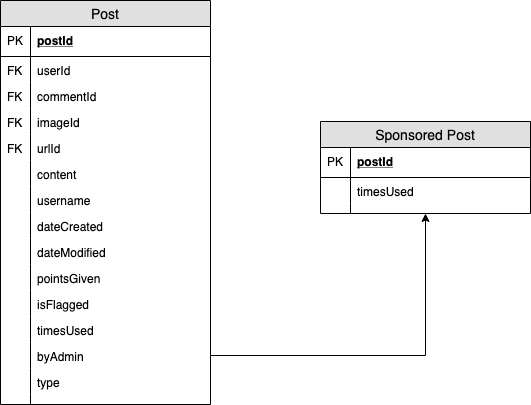
The draw.io diagram post.png in TamasPalfi/High-Level-Requirements, before a commit. Source tidied: cells renumbered, new cells last; positions are measured from the earlier drawing's top-left corner, leaving out a move shared by most shapes.
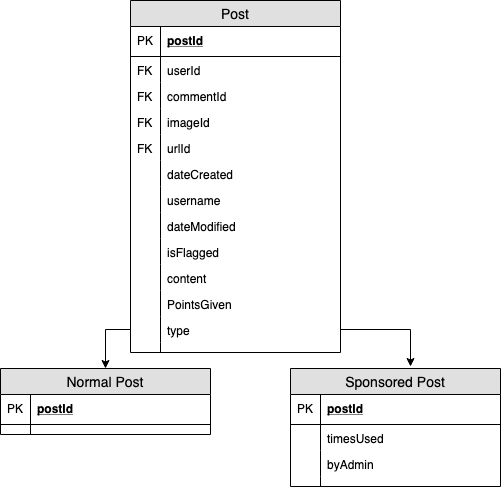
The same diagram one commit later.

The edit, as a diff of the source:
```diff
@@ -3,121 +3,135 @@
     <mxCell id="0" />
     <mxCell id="1" parent="0" />
     <mxCell id="2" value="Post" style="swimlane;fontStyle=0;horizontal=1;startSize=26;fillColor=#e0e0e0;swimlaneFillColor=#ffffff;align=center;fontSize=14;" parent="1" vertex="1">
-      <mxGeometry width="210" height="404" as="geometry" />
+      <mxGeometry x="120" width="210" height="352" as="geometry" />
     </mxCell>
-    <mxCell id="3" value="postId" style="shape=partialRectangle;top=0;left=0;right=0;bottom=1;align=left;verticalAlign=middle;fillColor=none;spacingLeft=34;spacingRight=4;overflow=hidden;fontStyle=5;fontSize=12;" parent="2" vertex="1">
-      <mxGeometry y="26" width="210" height="30" as="geometry" />
-    </mxCell>
-    <mxCell id="4" value="PK" style="shape=partialRectangle;top=0;left=0;bottom=0;fillColor=none;align=left;verticalAlign=middle;spacingLeft=4;spacingRight=4;overflow=hidden;fontSize=12;" parent="3" vertex="1">
-      <mxGeometry width="30" height="30" as="geometry" />
-    </mxCell>
+    <mxCell id="41" value="postId" style="shape=partialRectangle;top=0;left=0;right=0;bottom=1;align=left;verticalAlign=middle;fillColor=none;spacingLeft=34;spacingRight=4;overflow=hidden;fontStyle=5;fontSize=12;" parent="2" vertex="1">
+      <mxGeometry y="26" width="210" height="30" as="geometry" />
+    </mxCell>
+    <mxCell id="42" value="PK" style="shape=partialRectangle;top=0;left=0;bottom=0;fillColor=none;align=left;verticalAlign=middle;spacingLeft=4;spacingRight=4;overflow=hidden;fontSize=12;" parent="41" vertex="1">
+      <mxGeometry width="30" height="30" as="geometry" />
+    </mxCell>
     <mxCell id="5" value="userId" style="shape=partialRectangle;top=0;left=0;right=0;bottom=0;align=left;verticalAlign=top;fillColor=none;spacingLeft=34;spacingRight=4;overflow=hidden;fontSize=12;" parent="2" vertex="1">
       <mxGeometry y="56" width="210" height="26" as="geometry" />
     </mxCell>
-    <mxCell id="6" value="FK" style="shape=partialRectangle;top=0;left=0;bottom=0;fillColor=none;align=left;verticalAlign=top;spacingLeft=4;spacingRight=4;overflow=hidden;fontSize=12;" parent="5" vertex="1">
-      <mxGeometry width="30" height="26" as="geometry" />
-    </mxCell>
+    <mxCell id="43" value="FK" style="shape=partialRectangle;top=0;left=0;bottom=0;fillColor=none;align=left;verticalAlign=top;spacingLeft=4;spacingRight=4;overflow=hidden;fontSize=12;" parent="5" vertex="1">
+      <mxGeometry width="30" height="26" as="geometry" />
+    </mxCell>
     <mxCell id="7" value="commentId" style="shape=partialRectangle;top=0;left=0;right=0;bottom=0;align=left;verticalAlign=top;fillColor=none;spacingLeft=34;spacingRight=4;overflow=hidden;fontSize=12;" parent="2" vertex="1">
       <mxGeometry y="82" width="210" height="26" as="geometry" />
     </mxCell>
-    <mxCell id="8" value="FK" style="shape=partialRectangle;top=0;left=0;bottom=0;fillColor=none;align=left;verticalAlign=top;spacingLeft=4;spacingRight=4;overflow=hidden;fontSize=12;" parent="7" vertex="1">
-      <mxGeometry width="30" height="26" as="geometry" />
-    </mxCell>
+    <mxCell id="44" value="FK" style="shape=partialRectangle;top=0;left=0;bottom=0;fillColor=none;align=left;verticalAlign=top;spacingLeft=4;spacingRight=4;overflow=hidden;fontSize=12;" parent="7" vertex="1">
+      <mxGeometry width="30" height="26" as="geometry" />
+    </mxCell>
     <mxCell id="9" value="imageId" style="shape=partialRectangle;top=0;left=0;right=0;bottom=0;align=left;verticalAlign=top;fillColor=none;spacingLeft=34;spacingRight=4;overflow=hidden;fontSize=12;" parent="2" vertex="1">
       <mxGeometry y="108" width="210" height="26" as="geometry" />
     </mxCell>
-    <mxCell id="10" value="FK" style="shape=partialRectangle;top=0;left=0;bottom=0;fillColor=none;align=left;verticalAlign=top;spacingLeft=4;spacingRight=4;overflow=hidden;fontSize=12;" parent="9" vertex="1">
-      <mxGeometry width="30" height="26" as="geometry" />
-    </mxCell>
+    <mxCell id="45" value="FK" style="shape=partialRectangle;top=0;left=0;bottom=0;fillColor=none;align=left;verticalAlign=top;spacingLeft=4;spacingRight=4;overflow=hidden;fontSize=12;" parent="9" vertex="1">
+      <mxGeometry width="30" height="26" as="geometry" />
+    </mxCell>
     <mxCell id="11" value="urlId" style="shape=partialRectangle;top=0;left=0;right=0;bottom=0;align=left;verticalAlign=top;fillColor=none;spacingLeft=34;spacingRight=4;overflow=hidden;fontSize=12;" parent="2" vertex="1">
       <mxGeometry y="134" width="210" height="26" as="geometry" />
     </mxCell>
-    <mxCell id="12" value="FK" style="shape=partialRectangle;top=0;left=0;bottom=0;fillColor=none;align=left;verticalAlign=top;spacingLeft=4;spacingRight=4;overflow=hidden;fontSize=12;" parent="11" vertex="1">
-      <mxGeometry width="30" height="26" as="geometry" />
-    </mxCell>
+    <mxCell id="46" value="FK" style="shape=partialRectangle;top=0;left=0;bottom=0;fillColor=none;align=left;verticalAlign=top;spacingLeft=4;spacingRight=4;overflow=hidden;fontSize=12;" parent="11" vertex="1">
+      <mxGeometry width="30" height="26" as="geometry" />
+    </mxCell>
+    <mxCell id="17" value="dateCreated" style="shape=partialRectangle;top=0;left=0;right=0;bottom=0;align=left;verticalAlign=top;fillColor=none;spacingLeft=34;spacingRight=4;overflow=hidden;fontSize=12;" parent="2" vertex="1">
+      <mxGeometry y="160" width="210" height="26" as="geometry" />
+    </mxCell>
+    <mxCell id="47" style="shape=partialRectangle;top=0;left=0;bottom=0;fillColor=none;align=left;verticalAlign=top;spacingLeft=4;spacingRight=4;overflow=hidden;fontSize=12;" parent="17" vertex="1">
+      <mxGeometry width="30" height="26" as="geometry" />
+    </mxCell>
+    <mxCell id="15" value="username" style="shape=partialRectangle;top=0;left=0;right=0;bottom=0;align=left;verticalAlign=top;fillColor=none;spacingLeft=34;spacingRight=4;overflow=hidden;fontSize=12;" parent="2" vertex="1">
+      <mxGeometry y="186" width="210" height="26" as="geometry" />
+    </mxCell>
+    <mxCell id="48" style="shape=partialRectangle;top=0;left=0;bottom=0;fillColor=none;align=left;verticalAlign=top;spacingLeft=4;spacingRight=4;overflow=hidden;fontSize=12;" parent="15" vertex="1">
+      <mxGeometry width="30" height="26" as="geometry" />
+    </mxCell>
+    <mxCell id="19" value="dateModified" style="shape=partialRectangle;top=0;left=0;right=0;bottom=0;align=left;verticalAlign=top;fillColor=none;spacingLeft=34;spacingRight=4;overflow=hidden;fontSize=12;" parent="2" vertex="1">
+      <mxGeometry y="212" width="210" height="26" as="geometry" />
+    </mxCell>
+    <mxCell id="49" style="shape=partialRectangle;top=0;left=0;bottom=0;fillColor=none;align=left;verticalAlign=top;spacingLeft=4;spacingRight=4;overflow=hidden;fontSize=12;" parent="19" vertex="1">
+      <mxGeometry width="30" height="26" as="geometry" />
+    </mxCell>
+    <mxCell id="23" value="isFlagged" style="shape=partialRectangle;top=0;left=0;right=0;bottom=0;align=left;verticalAlign=top;fillColor=none;spacingLeft=34;spacingRight=4;overflow=hidden;fontSize=12;" parent="2" vertex="1">
+      <mxGeometry y="238" width="210" height="26" as="geometry" />
+    </mxCell>
+    <mxCell id="50" style="shape=partialRectangle;top=0;left=0;bottom=0;fillColor=none;align=left;verticalAlign=top;spacingLeft=4;spacingRight=4;overflow=hidden;fontSize=12;" parent="23" vertex="1">
+      <mxGeometry width="30" height="26" as="geometry" />
+    </mxCell>
     <mxCell id="13" value="content" style="shape=partialRectangle;top=0;left=0;right=0;bottom=0;align=left;verticalAlign=top;fillColor=none;spacingLeft=34;spacingRight=4;overflow=hidden;fontSize=12;" parent="2" vertex="1">
-      <mxGeometry y="160" width="210" height="26" as="geometry" />
+      <mxGeometry y="264" width="210" height="26" as="geometry" />
     </mxCell>
-    <mxCell id="14" style="shape=partialRectangle;top=0;left=0;bottom=0;fillColor=none;align=left;verticalAlign=top;spacingLeft=4;spacingRight=4;overflow=hidden;fontSize=12;" parent="13" vertex="1">
-      <mxGeometry width="30" height="26" as="geometry" />
-    </mxCell>
-    <mxCell id="15" value="username" style="shape=partialRectangle;top=0;left=0;right=0;bottom=0;align=left;verticalAlign=top;fillColor=none;spacingLeft=34;spacingRight=4;overflow=hidden;fontSize=12;" parent="2" vertex="1">
-      <mxGeometry y="186" width="210" height="26" as="geometry" />
-    </mxCell>
-    <mxCell id="16" style="shape=partialRectangle;top=0;left=0;bottom=0;fillColor=none;align=left;verticalAlign=top;spacingLeft=4;spacingRight=4;overflow=hidden;fontSize=12;" parent="15" vertex="1">
-      <mxGeometry width="30" height="26" as="geometry" />
-    </mxCell>
-    <mxCell id="17" value="dateCreated" style="shape=partialRectangle;top=0;left=0;right=0;bottom=0;align=left;verticalAlign=top;fillColor=none;spacingLeft=34;spacingRight=4;overflow=hidden;fontSize=12;" parent="2" vertex="1">
-      <mxGeometry y="212" width="210" height="26" as="geometry" />
-    </mxCell>
-    <mxCell id="18" style="shape=partialRectangle;top=0;left=0;bottom=0;fillColor=none;align=left;verticalAlign=top;spacingLeft=4;spacingRight=4;overflow=hidden;fontSize=12;" parent="17" vertex="1">
-      <mxGeometry width="30" height="26" as="geometry" />
-    </mxCell>
-    <mxCell id="19" value="dateModified" style="shape=partialRectangle;top=0;left=0;right=0;bottom=0;align=left;verticalAlign=top;fillColor=none;spacingLeft=34;spacingRight=4;overflow=hidden;fontSize=12;" parent="2" vertex="1">
-      <mxGeometry y="238" width="210" height="26" as="geometry" />
-    </mxCell>
-    <mxCell id="20" style="shape=partialRectangle;top=0;left=0;bottom=0;fillColor=none;align=left;verticalAlign=top;spacingLeft=4;spacingRight=4;overflow=hidden;fontSize=12;" parent="19" vertex="1">
-      <mxGeometry width="30" height="26" as="geometry" />
-    </mxCell>
-    <mxCell id="21" value="pointsGiven" style="shape=partialRectangle;top=0;left=0;right=0;bottom=0;align=left;verticalAlign=top;fillColor=none;spacingLeft=34;spacingRight=4;overflow=hidden;fontSize=12;" parent="2" vertex="1">
-      <mxGeometry y="264" width="210" height="26" as="geometry" />
-    </mxCell>
-    <mxCell id="22" style="shape=partialRectangle;top=0;left=0;bottom=0;fillColor=none;align=left;verticalAlign=top;spacingLeft=4;spacingRight=4;overflow=hidden;fontSize=12;" parent="21" vertex="1">
-      <mxGeometry width="30" height="26" as="geometry" />
-    </mxCell>
-    <mxCell id="23" value="isFlagged" style="shape=partialRectangle;top=0;left=0;right=0;bottom=0;align=left;verticalAlign=top;fillColor=none;spacingLeft=34;spacingRight=4;overflow=hidden;fontSize=12;" parent="2" vertex="1">
-      <mxGeometry y="290" width="210" height="26" as="geometry" />
-    </mxCell>
-    <mxCell id="24" style="shape=partialRectangle;top=0;left=0;bottom=0;fillColor=none;align=left;verticalAlign=top;spacingLeft=4;spacingRight=4;overflow=hidden;fontSize=12;" parent="23" vertex="1">
-      <mxGeometry width="30" height="26" as="geometry" />
-    </mxCell>
-    <mxCell id="25" value="timesUsed" style="shape=partialRectangle;top=0;left=0;right=0;bottom=0;align=left;verticalAlign=top;fillColor=none;spacingLeft=34;spacingRight=4;overflow=hidden;fontSize=12;" parent="2" vertex="1">
-      <mxGeometry y="316" width="210" height="26" as="geometry" />
-    </mxCell>
-    <mxCell id="26" style="shape=partialRectangle;top=0;left=0;bottom=0;fillColor=none;align=left;verticalAlign=top;spacingLeft=4;spacingRight=4;overflow=hidden;fontSize=12;" parent="25" vertex="1">
-      <mxGeometry width="30" height="26" as="geometry" />
-    </mxCell>
+    <mxCell id="51" style="shape=partialRectangle;top=0;left=0;bottom=0;fillColor=none;align=left;verticalAlign=top;spacingLeft=4;spacingRight=4;overflow=hidden;fontSize=12;" parent="13" vertex="1">
+      <mxGeometry width="30" height="26" as="geometry" />
+    </mxCell>
+    <mxCell id="52" value="PointsGiven" style="shape=partialRectangle;top=0;left=0;right=0;bottom=0;align=left;verticalAlign=top;fillColor=none;spacingLeft=34;spacingRight=4;overflow=hidden;fontSize=12;" parent="2" vertex="1">
+      <mxGeometry y="290" width="210" height="26" as="geometry" />
+    </mxCell>
+    <mxCell id="53" style="shape=partialRectangle;top=0;left=0;bottom=0;fillColor=none;align=left;verticalAlign=top;spacingLeft=4;spacingRight=4;overflow=hidden;fontSize=12;" parent="52" vertex="1">
+      <mxGeometry width="30" height="26" as="geometry" />
+    </mxCell>
+    <mxCell id="29" value="type" style="shape=partialRectangle;top=0;left=0;right=0;bottom=0;align=left;verticalAlign=top;fillColor=none;spacingLeft=34;spacingRight=4;overflow=hidden;points=[[0,0.5],[1,0.5]];portConstraint=eastwest;fontSize=12;" parent="2" vertex="1">
+      <mxGeometry y="316" width="210" height="26" as="geometry" />
+    </mxCell>
+    <mxCell id="54" style="shape=partialRectangle;top=0;left=0;bottom=0;fillColor=none;align=left;verticalAlign=top;spacingLeft=4;spacingRight=4;overflow=hidden;fontSize=12;" parent="29" vertex="1">
+      <mxGeometry width="30" height="26" as="geometry" />
+    </mxCell>
+    <mxCell id="55" style="shape=partialRectangle;top=0;left=0;right=0;bottom=0;align=left;verticalAlign=top;fillColor=none;spacingLeft=34;spacingRight=4;overflow=hidden;fontSize=12;" parent="2" vertex="1">
+      <mxGeometry y="342" width="210" height="10" as="geometry" />
+    </mxCell>
+    <mxCell id="56" style="shape=partialRectangle;top=0;left=0;bottom=0;fillColor=none;align=left;verticalAlign=top;spacingLeft=4;spacingRight=4;overflow=hidden;fontSize=12;" parent="55" vertex="1">
+      <mxGeometry width="30" height="10" as="geometry" />
+    </mxCell>
+    <mxCell id="33" value="Sponsored Post" style="swimlane;fontStyle=0;horizontal=1;startSize=26;fillColor=#e0e0e0;swimlaneFillColor=#ffffff;align=center;fontSize=14;" parent="1" vertex="1">
+      <mxGeometry x="280" y="368" width="210" height="118" as="geometry" />
+    </mxCell>
+    <mxCell id="57" value="postId" style="shape=partialRectangle;top=0;left=0;right=0;bottom=1;align=left;verticalAlign=middle;fillColor=none;spacingLeft=34;spacingRight=4;overflow=hidden;fontStyle=5;fontSize=12;" parent="33" vertex="1">
+      <mxGeometry y="26" width="210" height="30" as="geometry" />
+    </mxCell>
+    <mxCell id="58" value="PK" style="shape=partialRectangle;top=0;left=0;bottom=0;fillColor=none;align=left;verticalAlign=middle;spacingLeft=4;spacingRight=4;overflow=hidden;fontSize=12;" parent="57" vertex="1">
+      <mxGeometry width="30" height="30" as="geometry" />
+    </mxCell>
+    <mxCell id="36" value="timesUsed" style="shape=partialRectangle;top=0;left=0;right=0;bottom=0;align=left;verticalAlign=top;fillColor=none;spacingLeft=34;spacingRight=4;overflow=hidden;fontSize=12;" parent="33" vertex="1">
+      <mxGeometry y="56" width="210" height="26" as="geometry" />
+    </mxCell>
+    <mxCell id="59" style="shape=partialRectangle;top=0;left=0;bottom=0;fillColor=none;align=left;verticalAlign=top;spacingLeft=4;spacingRight=4;overflow=hidden;fontSize=12;" parent="36" vertex="1">
+      <mxGeometry width="30" height="26" as="geometry" />
+    </mxCell>
-    <mxCell id="27" value="byAdmin" style="shape=partialRectangle;top=0;left=0;right=0;bottom=0;align=left;verticalAlign=top;fillColor=none;spacingLeft=34;spacingRight=4;overflow=hidden;points=[[0,0.5],[1,0.5]];portConstraint=eastwest;fontSize=12;" parent="2" vertex="1">
-      <mxGeometry y="342" width="210" height="26" as="geometry" />
+    <mxCell id="27" value="byAdmin" style="shape=partialRectangle;top=0;left=0;right=0;bottom=0;align=left;verticalAlign=top;fillColor=none;spacingLeft=34;spacingRight=4;overflow=hidden;points=[[0,0.5],[1,0.5]];portConstraint=eastwest;fontSize=12;" parent="33" vertex="1">
+      <mxGeometry y="82" width="210" height="26" as="geometry" />
     </mxCell>
-    <mxCell id="28" style="shape=partialRectangle;top=0;left=0;bottom=0;fillColor=none;align=left;verticalAlign=top;spacingLeft=4;spacingRight=4;overflow=hidden;fontSize=12;" parent="27" vertex="1">
-      <mxGeometry width="30" height="26" as="geometry" />
-    </mxCell>
-    <mxCell id="29" value="type&#10;&#10;" style="shape=partialRectangle;top=0;left=0;right=0;bottom=0;align=left;verticalAlign=top;fillColor=none;spacingLeft=34;spacingRight=4;overflow=hidden;points=[[0,0.5],[1,0.5]];portConstraint=eastwest;fontSize=12;" parent="2" vertex="1">
-      <mxGeometry y="368" width="210" height="26" as="geometry" />
-    </mxCell>
-    <mxCell id="30" style="shape=partialRectangle;top=0;left=0;bottom=0;fillColor=none;align=left;verticalAlign=top;spacingLeft=4;spacingRight=4;overflow=hidden;fontSize=12;" parent="29" vertex="1">
-      <mxGeometry width="30" height="26" as="geometry" />
-    </mxCell>
-    <mxCell id="31" style="shape=partialRectangle;top=0;left=0;right=0;bottom=0;align=left;verticalAlign=top;fillColor=none;spacingLeft=34;spacingRight=4;overflow=hidden;fontSize=12;" parent="2" vertex="1">
-      <mxGeometry y="394" width="210" height="10" as="geometry" />
-    </mxCell>
-    <mxCell id="32" style="shape=partialRectangle;top=0;left=0;bottom=0;fillColor=none;align=left;verticalAlign=top;spacingLeft=4;spacingRight=4;overflow=hidden;fontSize=12;" parent="31" vertex="1">
-      <mxGeometry width="30" height="10" as="geometry" />
-    </mxCell>
-    <mxCell id="33" value="Sponsored Post" style="swimlane;fontStyle=0;horizontal=1;startSize=26;fillColor=#e0e0e0;swimlaneFillColor=#ffffff;align=center;fontSize=14;" parent="1" vertex="1">
-      <mxGeometry x="320" y="121" width="210" height="92" as="geometry" />
-    </mxCell>
-    <mxCell id="34" value="postId" style="shape=partialRectangle;top=0;left=0;right=0;bottom=1;align=left;verticalAlign=middle;fillColor=none;spacingLeft=34;spacingRight=4;overflow=hidden;fontStyle=5;fontSize=12;" parent="33" vertex="1">
-      <mxGeometry y="26" width="210" height="30" as="geometry" />
-    </mxCell>
-    <mxCell id="35" value="PK" style="shape=partialRectangle;top=0;left=0;bottom=0;fillColor=none;align=left;verticalAlign=middle;spacingLeft=4;spacingRight=4;overflow=hidden;fontSize=12;" parent="34" vertex="1">
-      <mxGeometry width="30" height="30" as="geometry" />
-    </mxCell>
-    <mxCell id="36" value="timesUsed" style="shape=partialRectangle;top=0;left=0;right=0;bottom=0;align=left;verticalAlign=top;fillColor=none;spacingLeft=34;spacingRight=4;overflow=hidden;fontSize=12;" parent="33" vertex="1">
-      <mxGeometry y="56" width="210" height="26" as="geometry" />
-    </mxCell>
-    <mxCell id="37" style="shape=partialRectangle;top=0;left=0;bottom=0;fillColor=none;align=left;verticalAlign=top;spacingLeft=4;spacingRight=4;overflow=hidden;fontSize=12;" parent="36" vertex="1">
-      <mxGeometry width="30" height="26" as="geometry" />
-    </mxCell>
-    <mxCell id="38" style="shape=partialRectangle;top=0;left=0;right=0;bottom=0;align=left;verticalAlign=top;fillColor=none;spacingLeft=34;spacingRight=4;overflow=hidden;fontSize=12;" parent="33" vertex="1">
-      <mxGeometry y="82" width="210" height="10" as="geometry" />
-    </mxCell>
-    <mxCell id="39" style="shape=partialRectangle;top=0;left=0;bottom=0;fillColor=none;align=left;verticalAlign=top;spacingLeft=4;spacingRight=4;overflow=hidden;fontSize=12;" parent="38" vertex="1">
-      <mxGeometry width="30" height="10" as="geometry" />
-    </mxCell>
-    <mxCell id="40" style="edgeStyle=orthogonalEdgeStyle;rounded=0;jettySize=auto;html=1;" parent="1" edge="1" source="27" target="33">
-      <mxGeometry relative="1" as="geometry" />
-    </mxCell>
+    <mxCell id="60" style="shape=partialRectangle;top=0;left=0;bottom=0;fillColor=none;align=left;verticalAlign=top;spacingLeft=4;spacingRight=4;overflow=hidden;fontSize=12;" parent="27" vertex="1">
+      <mxGeometry width="30" height="26" as="geometry" />
+    </mxCell>
+    <mxCell id="61" style="shape=partialRectangle;top=0;left=0;right=0;bottom=0;align=left;verticalAlign=top;fillColor=none;spacingLeft=34;spacingRight=4;overflow=hidden;fontSize=12;" parent="33" vertex="1">
+      <mxGeometry y="108" width="210" height="10" as="geometry" />
+    </mxCell>
+    <mxCell id="62" style="shape=partialRectangle;top=0;left=0;bottom=0;fillColor=none;align=left;verticalAlign=top;spacingLeft=4;spacingRight=4;overflow=hidden;fontSize=12;" parent="61" vertex="1">
+      <mxGeometry width="30" height="10" as="geometry" />
+    </mxCell>
+    <mxCell id="63" value="Normal Post" style="swimlane;fontStyle=0;horizontal=1;startSize=26;fillColor=#e0e0e0;swimlaneFillColor=#ffffff;align=center;fontSize=14;" parent="1" vertex="1">
+      <mxGeometry x="-10" y="368" width="210" height="66" as="geometry" />
+    </mxCell>
+    <mxCell id="64" value="postId" style="shape=partialRectangle;top=0;left=0;right=0;bottom=1;align=left;verticalAlign=middle;fillColor=none;spacingLeft=34;spacingRight=4;overflow=hidden;fontStyle=5;fontSize=12;" parent="63" vertex="1">
+      <mxGeometry y="26" width="210" height="30" as="geometry" />
+    </mxCell>
+    <mxCell id="65" value="PK" style="shape=partialRectangle;top=0;left=0;bottom=0;fillColor=none;align=left;verticalAlign=middle;spacingLeft=4;spacingRight=4;overflow=hidden;fontSize=12;" parent="64" vertex="1">
+      <mxGeometry width="30" height="30" as="geometry" />
+    </mxCell>
+    <mxCell id="66" style="shape=partialRectangle;top=0;left=0;right=0;bottom=0;align=left;verticalAlign=top;fillColor=none;spacingLeft=34;spacingRight=4;overflow=hidden;fontSize=12;" parent="63" vertex="1">
+      <mxGeometry y="56" width="210" height="10" as="geometry" />
+    </mxCell>
+    <mxCell id="67" style="shape=partialRectangle;top=0;left=0;bottom=0;fillColor=none;align=left;verticalAlign=top;spacingLeft=4;spacingRight=4;overflow=hidden;fontSize=12;" parent="66" vertex="1">
+      <mxGeometry width="30" height="10" as="geometry" />
+    </mxCell>
+    <mxCell id="68" style="edgeStyle=orthogonalEdgeStyle;rounded=0;jettySize=auto;html=1;" parent="1" edge="1" source="29" target="63">
+      <mxGeometry relative="1" as="geometry" />
+    </mxCell>
+    <mxCell id="69" style="edgeStyle=orthogonalEdgeStyle;rounded=0;jettySize=auto;html=1;" parent="1" edge="1" source="29">
+      <mxGeometry relative="1" as="geometry">
+        <mxPoint x="400" y="366" as="targetPoint" />
+      </mxGeometry>
+    </mxCell>
   </root>
 </mxGraphModel>
```
